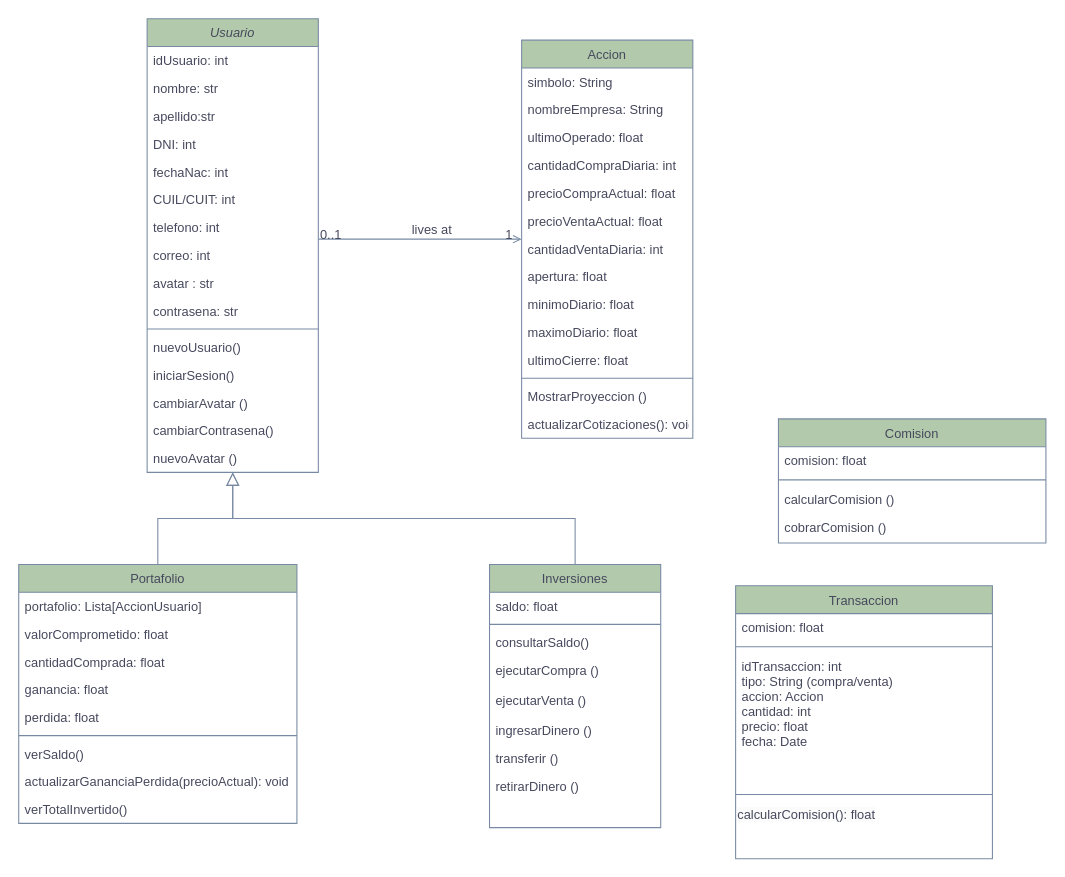
Above: Documentación/Diagrama de clases.drawio in INNOVAcodersISPC/ARGBroker (draw.io), before the change. Source tidied: cells renumbered, new cells numbered last; positions are measured from the earlier drawing's top-left corner, leaving out a move shared by most shapes. Both pictures are drawn from the tidied source at 107%, with x=0, y=0 at pixel (18, 18).
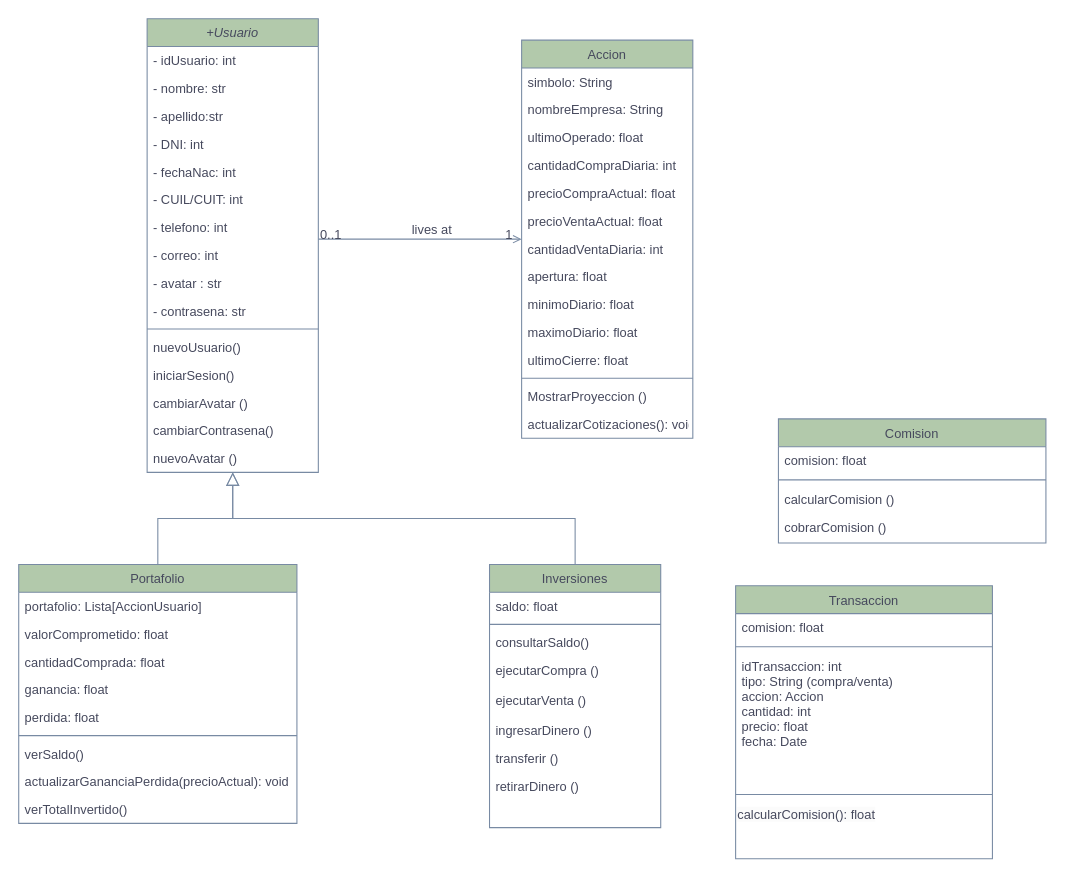
The same page after the edit.

What changed in the source:
```diff
@@
-    <mxCell id="2" value="Usuario" style="swimlane;fontStyle=2;align=center;verticalAlign=top;horizontal=1;startSize=26;rounded=0;shadow=0;strokeWidth=1;fillColor=#B2C9AB;strokeColor=#788AA3;labelBackgroundColor=none;fontColor=#46495D;" parent="1" vertex="1">
+    <mxCell id="2" value="+Usuario" style="swimlane;fontStyle=2;align=center;verticalAlign=top;horizontal=1;startSize=26;rounded=0;shadow=0;strokeWidth=1;fillColor=#B2C9AB;strokeColor=#788AA3;labelBackgroundColor=none;fontColor=#46495D;" parent="1" vertex="1">
       <mxGeometry x="120" width="160" height="424" as="geometry" />
     </mxCell>
-    <mxCell id="3" value="idUsuario: int" style="text;align=left;verticalAlign=top;spacingLeft=4;spacingRight=4;overflow=hidden;labelBackgroundColor=none;fontColor=#46495D;" parent="2" vertex="1">
+    <mxCell id="3" value="- idUsuario: int" style="text;align=left;verticalAlign=top;spacingLeft=4;spacingRight=4;overflow=hidden;labelBackgroundColor=none;fontColor=#46495D;" parent="2" vertex="1">
       <mxGeometry y="26" width="160" height="26" as="geometry" />
     </mxCell>
-    <mxCell id="4" value="nombre: str" style="text;align=left;verticalAlign=top;spacingLeft=4;spacingRight=4;overflow=hidden;labelBackgroundColor=none;fontColor=#46495D;" parent="2" vertex="1">
+    <mxCell id="4" value="- nombre: str" style="text;align=left;verticalAlign=top;spacingLeft=4;spacingRight=4;overflow=hidden;labelBackgroundColor=none;fontColor=#46495D;" parent="2" vertex="1">
       <mxGeometry y="52" width="160" height="26" as="geometry" />
     </mxCell>
-    <mxCell id="5" value="apellido:str" style="text;align=left;verticalAlign=top;spacingLeft=4;spacingRight=4;overflow=hidden;labelBackgroundColor=none;fontColor=#46495D;" parent="2" vertex="1">
+    <mxCell id="5" value="- apellido:str" style="text;align=left;verticalAlign=top;spacingLeft=4;spacingRight=4;overflow=hidden;labelBackgroundColor=none;fontColor=#46495D;" parent="2" vertex="1">
       <mxGeometry y="78" width="160" height="26" as="geometry" />
     </mxCell>
-    <mxCell id="6" value="DNI: int" style="text;align=left;verticalAlign=top;spacingLeft=4;spacingRight=4;overflow=hidden;labelBackgroundColor=none;fontColor=#46495D;" parent="2" vertex="1">
+    <mxCell id="6" value="- DNI: int" style="text;align=left;verticalAlign=top;spacingLeft=4;spacingRight=4;overflow=hidden;labelBackgroundColor=none;fontColor=#46495D;" parent="2" vertex="1">
       <mxGeometry y="104" width="160" height="26" as="geometry" />
     </mxCell>
-    <mxCell id="7" value="fechaNac: int" style="text;align=left;verticalAlign=top;spacingLeft=4;spacingRight=4;overflow=hidden;rounded=0;shadow=0;html=0;labelBackgroundColor=none;fontColor=#46495D;" parent="2" vertex="1">
+    <mxCell id="7" value="- fechaNac: int" style="text;align=left;verticalAlign=top;spacingLeft=4;spacingRight=4;overflow=hidden;rounded=0;shadow=0;html=0;labelBackgroundColor=none;fontColor=#46495D;" parent="2" vertex="1">
       <mxGeometry y="130" width="160" height="26" as="geometry" />
     </mxCell>
-    <mxCell id="8" value="CUIL/CUIT: int" style="text;align=left;verticalAlign=top;spacingLeft=4;spacingRight=4;overflow=hidden;labelBackgroundColor=none;fontColor=#46495D;" parent="2" vertex="1">
+    <mxCell id="8" value="- CUIL/CUIT: int" style="text;align=left;verticalAlign=top;spacingLeft=4;spacingRight=4;overflow=hidden;labelBackgroundColor=none;fontColor=#46495D;" parent="2" vertex="1">
       <mxGeometry y="156" width="160" height="26" as="geometry" />
     </mxCell>
-    <mxCell id="9" value="telefono: int" style="text;align=left;verticalAlign=top;spacingLeft=4;spacingRight=4;overflow=hidden;rounded=0;shadow=0;html=0;labelBackgroundColor=none;fontColor=#46495D;" parent="2" vertex="1">
+    <mxCell id="9" value="- telefono: int" style="text;align=left;verticalAlign=top;spacingLeft=4;spacingRight=4;overflow=hidden;rounded=0;shadow=0;html=0;labelBackgroundColor=none;fontColor=#46495D;" parent="2" vertex="1">
       <mxGeometry y="182" width="160" height="26" as="geometry" />
     </mxCell>
-    <mxCell id="10" value="correo: int" style="text;align=left;verticalAlign=top;spacingLeft=4;spacingRight=4;overflow=hidden;rounded=0;shadow=0;html=0;labelBackgroundColor=none;fontColor=#46495D;" parent="2" vertex="1">
+    <mxCell id="10" value="- correo: int" style="text;align=left;verticalAlign=top;spacingLeft=4;spacingRight=4;overflow=hidden;rounded=0;shadow=0;html=0;labelBackgroundColor=none;fontColor=#46495D;" parent="2" vertex="1">
       <mxGeometry y="208" width="160" height="26" as="geometry" />
     </mxCell>
-    <mxCell id="11" value="avatar : str" style="text;align=left;verticalAlign=top;spacingLeft=4;spacingRight=4;overflow=hidden;rounded=0;shadow=0;html=0;labelBackgroundColor=none;fontColor=#46495D;" parent="2" vertex="1">
+    <mxCell id="11" value="- avatar : str" style="text;align=left;verticalAlign=top;spacingLeft=4;spacingRight=4;overflow=hidden;rounded=0;shadow=0;html=0;labelBackgroundColor=none;fontColor=#46495D;" parent="2" vertex="1">
       <mxGeometry y="234" width="160" height="26" as="geometry" />
     </mxCell>
-    <mxCell id="12" value="contrasena: str" style="text;align=left;verticalAlign=top;spacingLeft=4;spacingRight=4;overflow=hidden;rounded=0;shadow=0;html=0;labelBackgroundColor=none;fontColor=#46495D;" parent="2" vertex="1">
+    <mxCell id="12" value="- contrasena: str" style="text;align=left;verticalAlign=top;spacingLeft=4;spacingRight=4;overflow=hidden;rounded=0;shadow=0;html=0;labelBackgroundColor=none;fontColor=#46495D;" parent="2" vertex="1">
       <mxGeometry y="260" width="160" height="26" as="geometry" />
     </mxCell>
```
